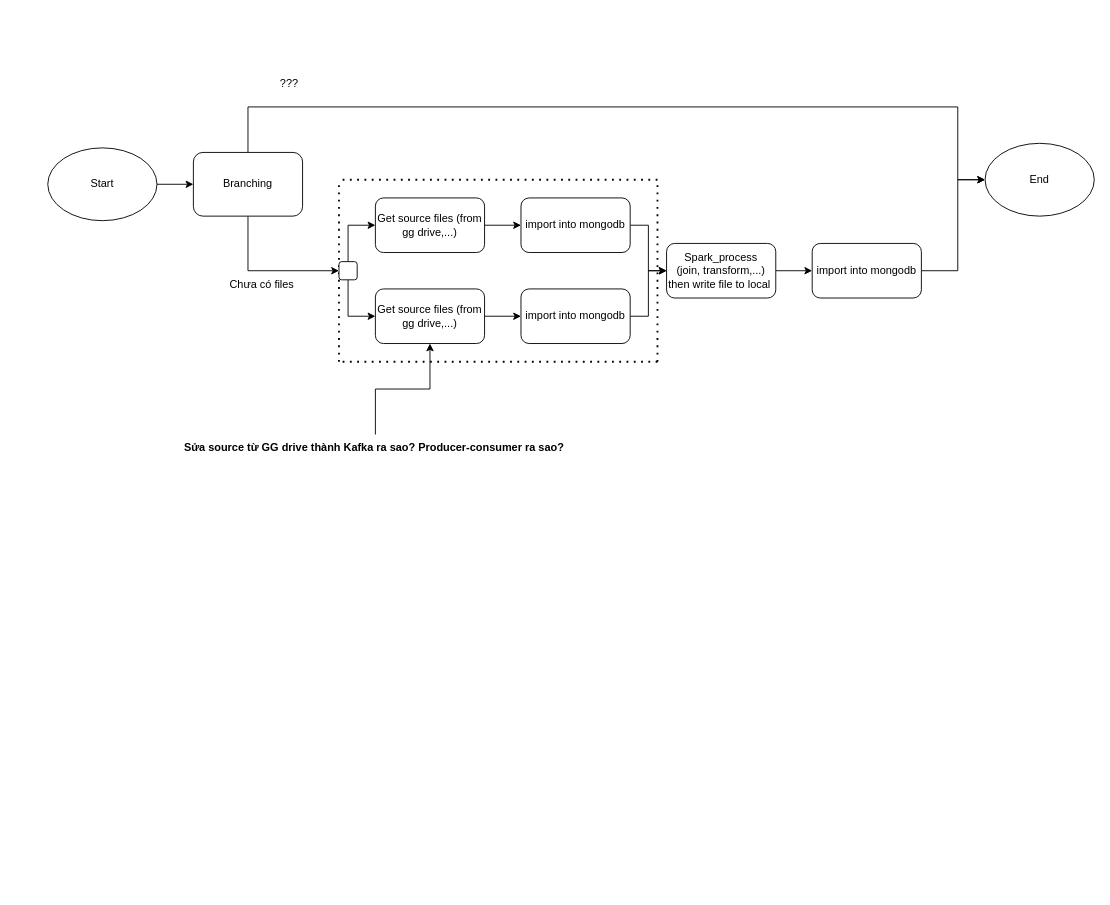
Earlier version of the draw.io diagram planning_ver1.drawio (NguyenTranLeMinh/drawings). Source tidied: cells renumbered, new cells numbered last; positions are measured from the earlier drawing's top-left corner, leaving out a move shared by most shapes. Both pictures are drawn from the tidied source at 91%, with x=0, y=0 at pixel (47, 70).
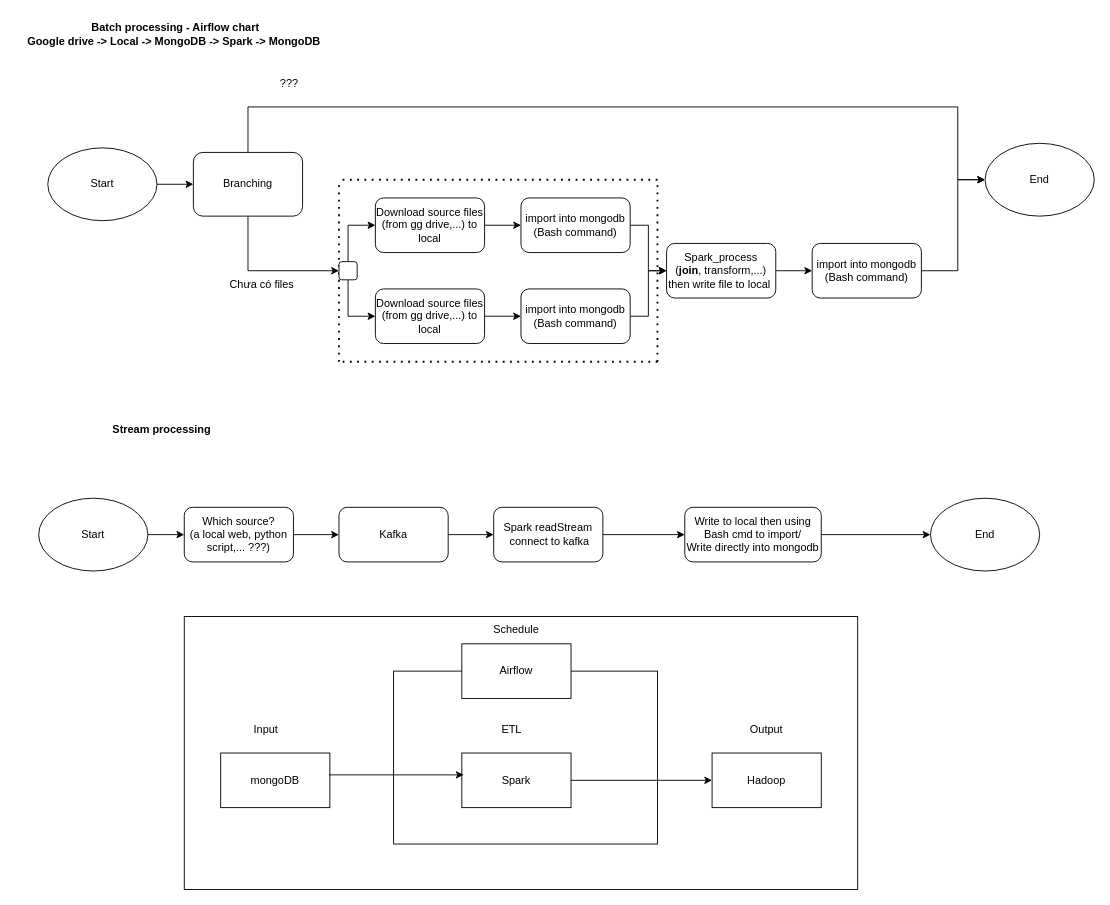
After the change.

Change to the diagram source:
```diff
@@
-    <mxCell id="9" value="Get source files (from gg drive,...)" style="rounded=1;whiteSpace=wrap;html=1;" parent="1" vertex="1">
+    <mxCell id="9" value="Download source files (from gg drive,...) to local" style="rounded=1;whiteSpace=wrap;html=1;" parent="1" vertex="1">
       <mxGeometry x="360" y="140" width="120" height="60" as="geometry" />
     </mxCell>
@@
-    <mxCell id="11" value="Get source files (from gg drive,...)" style="rounded=1;whiteSpace=wrap;html=1;" parent="1" vertex="1">
+    <mxCell id="11" value="Download source files (from gg drive,...) to local" style="rounded=1;whiteSpace=wrap;html=1;" parent="1" vertex="1">
       <mxGeometry x="360" y="240" width="120" height="60" as="geometry" />
     </mxCell>
@@
-    <mxCell id="19" value="import into mongodb" style="rounded=1;whiteSpace=wrap;html=1;" parent="1" vertex="1">
+    <mxCell id="19" value="import into mongodb&lt;br&gt;(Bash command)" style="rounded=1;whiteSpace=wrap;html=1;" parent="1" vertex="1">
       <mxGeometry x="520" y="140" width="120" height="60" as="geometry" />
     </mxCell>
@@
-    <mxCell id="21" value="import into mongodb" style="rounded=1;whiteSpace=wrap;html=1;" parent="1" vertex="1">
+    <mxCell id="21" value="import into mongodb&lt;br&gt;(Bash command)" style="rounded=1;whiteSpace=wrap;html=1;" parent="1" vertex="1">
       <mxGeometry x="520" y="240" width="120" height="60" as="geometry" />
     </mxCell>
@@
-    <mxCell id="23" value="Spark_process &lt;br&gt;(join, transform,...) then write file to local&amp;nbsp;" style="rounded=1;whiteSpace=wrap;html=1;" parent="1" vertex="1">
+    <mxCell id="23" value="Spark_process &lt;br&gt;(&lt;b&gt;join&lt;/b&gt;, transform,...) then write file to local&amp;nbsp;" style="rounded=1;whiteSpace=wrap;html=1;" parent="1" vertex="1">
       <mxGeometry x="680" y="190" width="120" height="60" as="geometry" />
     </mxCell>
@@
-    <mxCell id="26" value="import into mongodb" style="rounded=1;whiteSpace=wrap;html=1;" parent="1" vertex="1">
+    <mxCell id="26" value="import into mongodb&lt;br&gt;(Bash command)" style="rounded=1;whiteSpace=wrap;html=1;" parent="1" vertex="1">
       <mxGeometry x="840" y="190" width="120" height="60" as="geometry" />
     </mxCell>
@@
-    <mxCell id="29" style="edgeStyle=orthogonalEdgeStyle;rounded=0;jettySize=auto;html=1;entryX=0.5;entryY=1;entryDx=0;entryDy=0;" parent="1" edge="1" source="30" target="11">
-      <mxGeometry relative="1" as="geometry" />
-    </mxCell>
-    <mxCell id="30" value="&lt;b&gt;Sửa source từ GG drive thành Kafka ra sao? Producer-consumer ra sao?&amp;nbsp;&lt;/b&gt;&lt;b&gt;&lt;br&gt;&lt;/b&gt;" style="text;html=1;align=center;verticalAlign=middle;points=[];fillColor=none;strokeColor=none;rounded=0;" parent="1" vertex="1">
-      <mxGeometry x="140" y="400" width="440" height="30" as="geometry" />
-    </mxCell>
+    <mxCell id="31" value="&lt;b&gt;Batch processing - Airflow chart&lt;br&gt;Google drive -&amp;gt; Local -&amp;gt; MongoDB -&amp;gt; Spark -&amp;gt; MongoDB&amp;nbsp;&lt;br&gt;&lt;/b&gt;" style="text;html=1;align=center;verticalAlign=middle;fillColor=none;strokeColor=none;rounded=0;" parent="1" vertex="1">
+      <mxGeometry x="-35" y="-60" width="350" height="40" as="geometry" />
+    </mxCell>
+    <mxCell id="32" style="edgeStyle=orthogonalEdgeStyle;rounded=0;jettySize=auto;html=1;entryX=0;entryY=0.5;entryDx=0;entryDy=0;" parent="1" edge="1" source="33">
+      <mxGeometry relative="1" as="geometry">
+        <mxPoint x="150" y="510" as="targetPoint" />
+      </mxGeometry>
+    </mxCell>
+    <mxCell id="33" value="Start" style="ellipse;whiteSpace=wrap;html=1;" parent="1" vertex="1">
+      <mxGeometry x="-10" y="470" width="120" height="80" as="geometry" />
+    </mxCell>
+    <mxCell id="34" value="End" style="ellipse;whiteSpace=wrap;html=1;" parent="1" vertex="1">
+      <mxGeometry x="970" y="470" width="120" height="80" as="geometry" />
+    </mxCell>
+    <mxCell id="35" style="edgeStyle=orthogonalEdgeStyle;rounded=0;jettySize=auto;html=1;exitX=1;exitY=0.5;exitDx=0;exitDy=0;" parent="1" edge="1" source="41" target="37">
+      <mxGeometry relative="1" as="geometry">
+        <Array as="points">
+          <mxPoint x="430" y="510" />
+          <mxPoint x="430" y="510" />
+        </Array>
+      </mxGeometry>
+    </mxCell>
+    <mxCell id="36" style="edgeStyle=orthogonalEdgeStyle;rounded=0;jettySize=auto;html=1;entryX=0;entryY=0.5;entryDx=0;entryDy=0;" parent="1" edge="1" source="37" target="39">
+      <mxGeometry relative="1" as="geometry" />
+    </mxCell>
+    <mxCell id="37" value="Spark readStream&lt;br&gt;&amp;nbsp;connect to kafka" style="rounded=1;whiteSpace=wrap;html=1;" parent="1" vertex="1">
+      <mxGeometry x="490" y="480" width="120" height="60" as="geometry" />
+    </mxCell>
+    <mxCell id="38" style="edgeStyle=orthogonalEdgeStyle;rounded=0;jettySize=auto;html=1;" parent="1" edge="1" source="39" target="34">
+      <mxGeometry relative="1" as="geometry" />
+    </mxCell>
+    <mxCell id="39" value="Write to local then using Bash cmd to import/ &lt;br&gt;Write directly into mongodb" style="rounded=1;whiteSpace=wrap;html=1;" parent="1" vertex="1">
+      <mxGeometry x="700" y="480" width="150" height="60" as="geometry" />
+    </mxCell>
+    <mxCell id="40" value="&lt;b&gt;Stream processing&lt;br&gt;&lt;/b&gt;" style="text;html=1;align=center;verticalAlign=middle;fillColor=none;strokeColor=none;rounded=0;" parent="1" vertex="1">
+      <mxGeometry x="60" y="380" width="130" height="30" as="geometry" />
+    </mxCell>
+    <mxCell id="41" value="Kafka" style="rounded=1;whiteSpace=wrap;html=1;" parent="1" vertex="1">
+      <mxGeometry x="320" y="480" width="120" height="60" as="geometry" />
+    </mxCell>
+    <mxCell id="42" style="edgeStyle=orthogonalEdgeStyle;rounded=0;jettySize=auto;html=1;entryX=0;entryY=0.5;entryDx=0;entryDy=0;" parent="1" edge="1" source="43" target="41">
+      <mxGeometry relative="1" as="geometry" />
+    </mxCell>
+    <mxCell id="43" value="Which source? &lt;br&gt;(a local web, python script,... ???)" style="rounded=1;whiteSpace=wrap;html=1;" parent="1" vertex="1">
+      <mxGeometry x="150" y="480" width="120" height="60" as="geometry" />
+    </mxCell>
+    <mxCell id="44" style="rounded=0;whiteSpace=wrap;html=1;" parent="1" vertex="1">
+      <mxGeometry x="150" y="600" width="740" height="300" as="geometry" />
+    </mxCell>
+    <mxCell id="45" style="rounded=0;whiteSpace=wrap;html=1;" parent="1" vertex="1">
+      <mxGeometry x="380" y="660" width="290" height="190" as="geometry" />
+    </mxCell>
+    <mxCell id="46" value="mongoDB" style="rounded=0;whiteSpace=wrap;html=1;" parent="1" vertex="1">
+      <mxGeometry x="190" y="750" width="120" height="60" as="geometry" />
+    </mxCell>
+    <mxCell id="47" value="Spark" style="rounded=0;whiteSpace=wrap;html=1;" parent="1" vertex="1">
+      <mxGeometry x="455" y="750" width="120" height="60" as="geometry" />
+    </mxCell>
+    <mxCell id="48" value="Hadoop" style="rounded=0;whiteSpace=wrap;html=1;" parent="1" vertex="1">
+      <mxGeometry x="730" y="750" width="120" height="60" as="geometry" />
+    </mxCell>
+    <mxCell id="49" style="endArrow=classic;html=1;rounded=0;exitX=0.992;exitY=0.4;exitDx=0;exitDy=0;exitPerimeter=0;entryX=0.017;entryY=0.4;entryDx=0;entryDy=0;entryPerimeter=0;" parent="1" edge="1" source="46" target="47">
+      <mxGeometry relative="1" as="geometry" />
+    </mxCell>
+    <mxCell id="50" style="endArrow=classic;html=1;rounded=0;exitX=1;exitY=0.5;exitDx=0;exitDy=0;entryX=0;entryY=0.5;entryDx=0;entryDy=0;" parent="1" edge="1" source="47" target="48">
+      <mxGeometry relative="1" as="geometry" />
+    </mxCell>
+    <mxCell id="51" value="Airflow" style="rounded=0;whiteSpace=wrap;html=1;" parent="1" vertex="1">
+      <mxGeometry x="455" y="630" width="120" height="60" as="geometry" />
+    </mxCell>
+    <mxCell id="52" value="Output" style="text;html=1;strokeColor=none;fillColor=none;align=center;verticalAlign=middle;whiteSpace=wrap;rounded=0;" parent="1" vertex="1">
+      <mxGeometry x="760" y="710" width="60" height="30" as="geometry" />
+    </mxCell>
+    <mxCell id="53" value="Input" style="text;html=1;strokeColor=none;fillColor=none;align=center;verticalAlign=middle;whiteSpace=wrap;rounded=0;" parent="1" vertex="1">
+      <mxGeometry x="210" y="710" width="60" height="30" as="geometry" />
+    </mxCell>
+    <mxCell id="54" value="ETL" style="text;html=1;strokeColor=none;fillColor=none;align=center;verticalAlign=middle;whiteSpace=wrap;rounded=0;" parent="1" vertex="1">
+      <mxGeometry x="480" y="710" width="60" height="30" as="geometry" />
+    </mxCell>
+    <mxCell id="55" value="Schedule" style="text;html=1;strokeColor=none;fillColor=none;align=center;verticalAlign=middle;whiteSpace=wrap;rounded=0;" parent="1" vertex="1">
+      <mxGeometry x="485" y="600" width="60" height="30" as="geometry" />
+    </mxCell>
```
